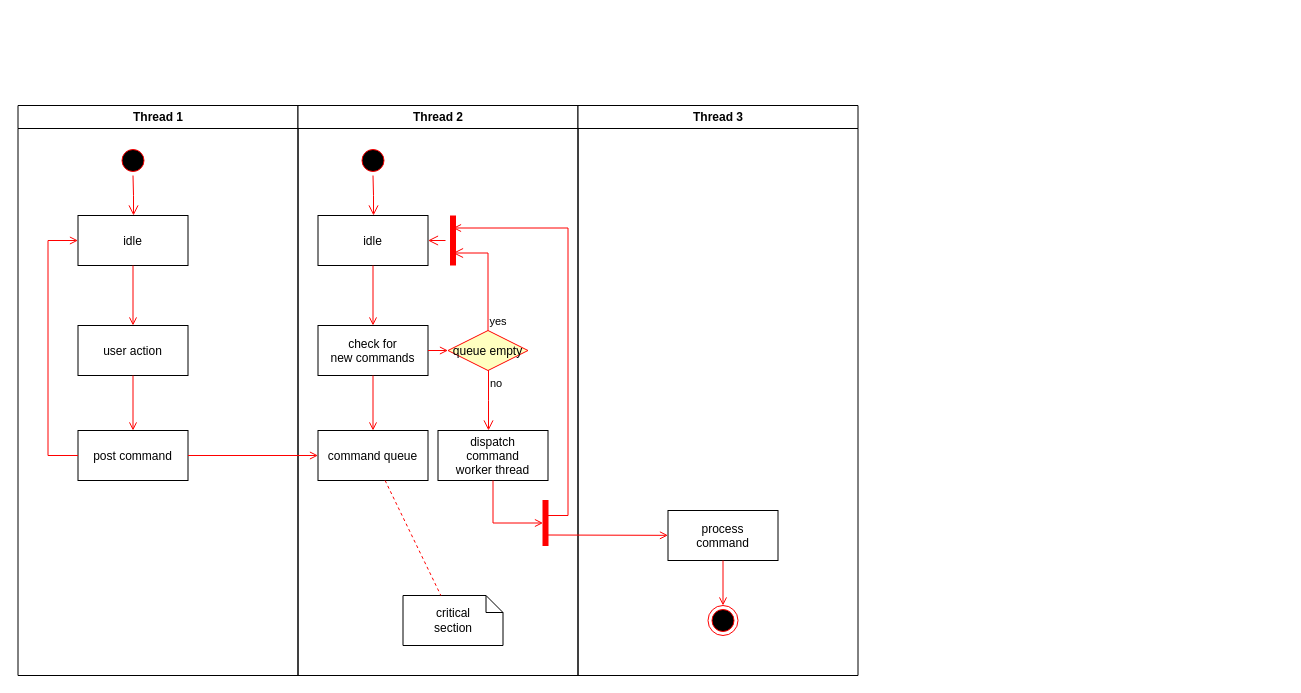
The draw.io diagram Untitled Diagram.drawio in kingtoby123/homework, before the edit. Source tidied: cells renumbered, new cells numbered last; positions are measured from the earlier drawing's top-left corner, leaving out a move shared by most shapes. Both pictures are drawn from the tidied source at 100%, with x=0, y=0 at pixel (17, 105).
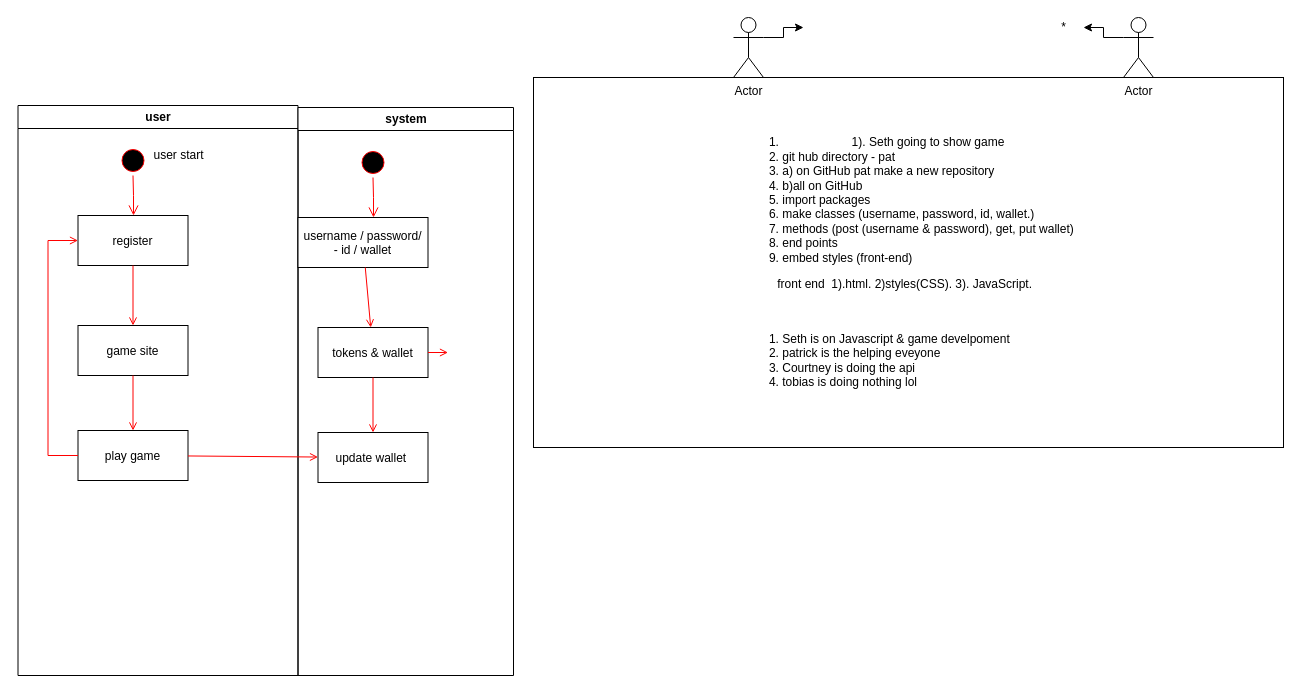
The same diagram, later.

What changed in the source:
```diff
@@
-    <mxCell id="2" value="Thread 1" style="swimlane;whiteSpace=wrap;" parent="1" vertex="1">
+    <mxCell id="2" value="user" style="swimlane;whiteSpace=wrap;" parent="1" vertex="1">
       <mxGeometry x="0.5" width="280" height="570" as="geometry" />
     </mxCell>
@@
-    <mxCell id="5" value="idle" parent="2" vertex="1">
+    <mxCell id="5" value="register" parent="2" vertex="1">
       <mxGeometry x="60" y="110" width="110" height="50" as="geometry" />
     </mxCell>
-    <mxCell id="6" value="user action" parent="2" vertex="1">
+    <mxCell id="6" value="game site" parent="2" vertex="1">
       <mxGeometry x="60" y="220" width="110" height="50" as="geometry" />
     </mxCell>
@@
-    <mxCell id="8" value="post command" parent="2" vertex="1">
+    <mxCell id="8" value="play game" parent="2" vertex="1">
       <mxGeometry x="60" y="325" width="110" height="50" as="geometry" />
     </mxCell>
@@
+    <mxCell id="37" value="user start&lt;br&gt;" style="text;html=1;align=center;verticalAlign=middle;strokeColor=none;" parent="2" vertex="1">
+      <mxGeometry x="125.5" y="40" width="70" height="20" as="geometry" />
+    </mxCell>
-    <mxCell id="11" value="Thread 2" style="swimlane;whiteSpace=wrap;" parent="1" vertex="1">
-      <mxGeometry x="280.5" width="280" height="570" as="geometry" />
+    <mxCell id="11" value="system" style="swimlane;whiteSpace=wrap;" parent="1" vertex="1">
+      <mxGeometry x="280.5" y="2" width="215.5" height="568" as="geometry" />
     </mxCell>
@@
-    <mxCell id="14" value="idle" parent="11" vertex="1">
-      <mxGeometry x="20" y="110" width="110" height="50" as="geometry" />
+    <mxCell id="14" value="username / password/&#10;- id / wallet" parent="11" vertex="1">
+      <mxGeometry y="110" width="130" height="50" as="geometry" />
     </mxCell>
-    <mxCell id="15" value="check for &#10;new commands" parent="11" vertex="1">
+    <mxCell id="15" value="tokens &amp; wallet" parent="11" vertex="1">
       <mxGeometry x="20" y="220" width="110" height="50" as="geometry" />
     </mxCell>
@@
-    <mxCell id="17" value="command queue" parent="11" vertex="1">
+    <mxCell id="17" value="update wallet " parent="11" vertex="1">
       <mxGeometry x="20" y="325" width="110" height="50" as="geometry" />
     </mxCell>
@@
-    <mxCell id="19" value="queue empty" style="rhombus;fillColor=#ffffc0;strokeColor=#ff0000;" parent="11" vertex="1">
-      <mxGeometry x="150" y="225" width="80" height="40" as="geometry" />
-    </mxCell>
-    <mxCell id="20" value="yes" style="edgeStyle=elbowEdgeStyle;elbow=horizontal;align=left;verticalAlign=bottom;endArrow=open;endSize=8;strokeColor=#FF0000;exitX=0.5;exitY=0;endFill=1;rounded=0;entryX=0.75;entryY=0.5;entryPerimeter=0;" parent="11" edge="1" source="19" target="23">
-      <mxGeometry x="-1" relative="1" as="geometry">
-        <Array as="points">
-          <mxPoint x="190" y="180" />
-        </Array>
-      </mxGeometry>
-    </mxCell>
-    <mxCell id="21" value="no" style="edgeStyle=elbowEdgeStyle;elbow=horizontal;align=left;verticalAlign=top;endArrow=open;endSize=8;strokeColor=#FF0000;endFill=1;rounded=0;" parent="11" edge="1" source="19" target="25">
-      <mxGeometry x="-1" relative="1" as="geometry" />
-    </mxCell>
-    <mxCell id="22" style="endArrow=open;strokeColor=#FF0000;endFill=1;rounded=0;" parent="11" edge="1" source="15" target="19">
-      <mxGeometry relative="1" as="geometry" />
+    <mxCell id="22" style="endArrow=open;strokeColor=#FF0000;endFill=1;rounded=0;" parent="11" edge="1" source="15">
+      <mxGeometry relative="1" as="geometry">
+        <mxPoint x="150" y="245" as="targetPoint" />
+      </mxGeometry>
     </mxCell>
-    <mxCell id="23" style="shape=line;strokeWidth=6;strokeColor=#ff0000;rotation=90;" parent="11" vertex="1">
-      <mxGeometry x="130" y="127.5" width="50" height="15" as="geometry" />
-    </mxCell>
-    <mxCell id="24" style="edgeStyle=elbowEdgeStyle;elbow=horizontal;verticalAlign=bottom;endArrow=open;endSize=8;strokeColor=#FF0000;endFill=1;rounded=0;" parent="11" edge="1" source="23" target="14">
-      <mxGeometry x="130" y="90" as="geometry" />
-    </mxCell>
-    <mxCell id="25" value="dispatch&#10;command&#10;worker thread" parent="11" vertex="1">
-      <mxGeometry x="140" y="325" width="110" height="50" as="geometry" />
-    </mxCell>
-    <mxCell id="26" value="critical&#10;section" style="shape=note;whiteSpace=wrap;size=17;" parent="11" vertex="1">
-      <mxGeometry x="105" y="490" width="100" height="50" as="geometry" />
-    </mxCell>
-    <mxCell id="27" style="endArrow=none;strokeColor=#FF0000;endFill=0;rounded=0;dashed=1;" parent="11" edge="1" source="17" target="26">
-      <mxGeometry relative="1" as="geometry" />
-    </mxCell>
-    <mxCell id="28" style="whiteSpace=wrap;strokeColor=#FF0000;fillColor=#FF0000;" parent="11" vertex="1">
-      <mxGeometry x="245" y="395" width="5" height="45" as="geometry" />
-    </mxCell>
-    <mxCell id="29" style="edgeStyle=elbowEdgeStyle;elbow=horizontal;entryX=0;entryY=0.5;strokeColor=#FF0000;endArrow=open;endFill=1;rounded=0;" parent="11" edge="1" source="25" target="28">
-      <mxGeometry relative="1" as="geometry">
-        <Array as="points">
-          <mxPoint x="195" y="400" />
-        </Array>
-      </mxGeometry>
-    </mxCell>
-    <mxCell id="30" value="Thread 3" style="swimlane;whiteSpace=wrap;" parent="1" vertex="1">
-      <mxGeometry x="560.5" width="280" height="570" as="geometry" />
-    </mxCell>
-    <mxCell id="31" value="process&#10;command" parent="30" vertex="1">
-      <mxGeometry x="90" y="405" width="110" height="50" as="geometry" />
-    </mxCell>
-    <mxCell id="32" style="edgeStyle=elbowEdgeStyle;elbow=horizontal;strokeColor=#FF0000;endArrow=open;endFill=1;rounded=0;entryX=0.25;entryY=0.5;entryPerimeter=0;" parent="30" edge="1" target="23">
-      <mxGeometry relative="1" as="geometry">
-        <mxPoint x="-30" y="410" as="sourcePoint" />
-        <Array as="points">
-          <mxPoint x="-10" y="135" />
-        </Array>
-      </mxGeometry>
-    </mxCell>
-    <mxCell id="33" style="edgeStyle=none;strokeColor=#FF0000;endArrow=open;endFill=1;rounded=0;" parent="30" edge="1" target="31">
-      <mxGeometry relative="1" as="geometry">
-        <mxPoint x="-30" y="429.5" as="sourcePoint" />
-      </mxGeometry>
-    </mxCell>
-    <mxCell id="34" style="ellipse;shape=endState;fillColor=#000000;strokeColor=#ff0000;" parent="30" vertex="1">
-      <mxGeometry x="130" y="500" width="30" height="30" as="geometry" />
-    </mxCell>
-    <mxCell id="35" style="endArrow=open;strokeColor=#FF0000;endFill=1;rounded=0;" parent="30" edge="1" source="31" target="34">
-      <mxGeometry relative="1" as="geometry" />
-    </mxCell>
@@
+    <mxCell id="38" value="&lt;ol&gt;&lt;li&gt;1). Seth going to show game&lt;/li&gt;&lt;li style=&quot;text-align: left&quot;&gt;git hub directory - pat&lt;/li&gt;&lt;li style=&quot;text-align: left&quot;&gt;a) on GitHub pat make a new repository&lt;/li&gt;&lt;li style=&quot;text-align: left&quot;&gt;b)all on GitHub&lt;/li&gt;&lt;li style=&quot;text-align: left&quot;&gt;import packages&lt;/li&gt;&lt;li style=&quot;text-align: left&quot;&gt;make classes (username, password, id, wallet.)&lt;/li&gt;&lt;li style=&quot;text-align: left&quot;&gt;methods (post (username &amp;amp; password), get, put wallet)&lt;/li&gt;&lt;li style=&quot;text-align: left&quot;&gt;end points&amp;nbsp;&amp;nbsp;&lt;/li&gt;&lt;li style=&quot;text-align: left&quot;&gt;embed styles (front-end)&lt;/li&gt;&lt;/ol&gt;&lt;span&gt;front end&amp;nbsp; 1).html. 2)styles(CSS). 3). JavaScript.&amp;nbsp;&amp;nbsp;&lt;br&gt;&lt;br&gt;&lt;br&gt;&lt;ol&gt;&lt;li style=&quot;text-align: left&quot;&gt;Seth is on Javascript &amp;amp; game develpoment&lt;/li&gt;&lt;li style=&quot;text-align: left&quot;&gt;patrick is the helping eveyone&lt;/li&gt;&lt;li style=&quot;text-align: left&quot;&gt;Courtney is doing the api&lt;/li&gt;&lt;li style=&quot;text-align: left&quot;&gt;tobias is doing nothing lol&lt;/li&gt;&lt;/ol&gt;&lt;/span&gt;" style="rounded=0;whiteSpace=wrap;html=1;" parent="1" vertex="1">
+      <mxGeometry x="516" y="-28" width="750" height="370" as="geometry" />
+    </mxCell>
+    <mxCell id="39" style="edgeStyle=orthogonalEdgeStyle;rounded=0;jettySize=auto;html=1;exitX=0;exitY=0.3333333333333333;exitDx=0;exitDy=0;exitPerimeter=0;" parent="1" edge="1" source="40">
+      <mxGeometry relative="1" as="geometry">
+        <mxPoint x="1066" y="-78" as="targetPoint" />
+        <Array as="points">
+          <mxPoint x="1086" y="-68" />
+          <mxPoint x="1086" y="-78" />
+          <mxPoint x="1066" y="-78" />
+        </Array>
+      </mxGeometry>
+    </mxCell>
+    <mxCell id="40" value="Actor" style="shape=umlActor;verticalLabelPosition=bottom;verticalAlign=top;html=1;outlineConnect=0;" parent="1" vertex="1">
+      <mxGeometry x="1106" y="-88" width="30" height="60" as="geometry" />
+    </mxCell>
+    <mxCell id="41" style="edgeStyle=orthogonalEdgeStyle;rounded=0;jettySize=auto;html=1;" parent="1" edge="1" source="42">
+      <mxGeometry relative="1" as="geometry">
+        <mxPoint x="786" y="-78" as="targetPoint" />
+        <Array as="points">
+          <mxPoint x="766" y="-68" />
+          <mxPoint x="766" y="-78" />
+        </Array>
+      </mxGeometry>
+    </mxCell>
+    <mxCell id="42" value="Actor" style="shape=umlActor;verticalLabelPosition=bottom;verticalAlign=top;html=1;outlineConnect=0;" parent="1" vertex="1">
+      <mxGeometry x="716" y="-88" width="30" height="60" as="geometry" />
+    </mxCell>
+    <mxCell id="43" value="*" style="text;html=1;align=center;verticalAlign=middle;strokeColor=none;" parent="1" vertex="1">
+      <mxGeometry x="1036" y="-88" width="20" height="20" as="geometry" />
+    </mxCell>
```
